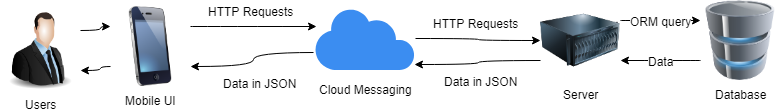
Earlier version of the draw.io export FYP Architecture.png (khwongbf/FYP-CodeBase). Source tidied: cells renumbered, new cells last; positions are measured from the earlier drawing's top-left corner, leaving out a move shared by most shapes. Source of this version:
```xml
<mxGraphModel>
  <root>
    <mxCell id="0" />
    <mxCell id="1" parent="0" />
    <mxCell id="2" style="edgeStyle=orthogonalEdgeStyle;curved=1;jettySize=auto;html=1;exitX=0;exitY=0.75;exitDx=0;exitDy=0;entryX=1;entryY=0.75;entryDx=0;entryDy=0;" parent="1" edge="1" source="4" target="9">
      <mxGeometry relative="1" as="geometry" />
    </mxCell>
    <mxCell id="3" value="Data" style="text;html=1;align=center;verticalAlign=middle;labelBackgroundColor=#ffffff;" parent="2" vertex="1">
      <mxGeometry x="-0.25" relative="1" as="geometry">
        <mxPoint x="-10" as="offset" />
      </mxGeometry>
    </mxCell>
    <mxCell id="4" value="Database" style="image;html=1;labelBackgroundColor=#ffffff;image=img/lib/clip_art/computers/Database_128x128.png;" parent="1" vertex="1">
      <mxGeometry x="700" width="80" height="80" as="geometry" />
    </mxCell>
    <mxCell id="5" style="edgeStyle=orthogonalEdgeStyle;curved=1;jettySize=auto;html=1;exitX=0;exitY=0.75;exitDx=0;exitDy=0;entryX=0.99;entryY=0.906;entryDx=0;entryDy=0;entryPerimeter=0;" parent="1" edge="1" source="9" target="17">
      <mxGeometry relative="1" as="geometry" />
    </mxCell>
    <mxCell id="6" value="Data in JSON" style="text;html=1;align=center;verticalAlign=middle;labelBackgroundColor=#ffffff;" parent="5" vertex="1">
      <mxGeometry x="0.28" y="1" relative="1" as="geometry">
        <mxPoint x="19" y="15" as="offset" />
      </mxGeometry>
    </mxCell>
    <mxCell id="7" style="edgeStyle=orthogonalEdgeStyle;curved=1;jettySize=auto;html=1;exitX=1;exitY=0.25;exitDx=0;exitDy=0;entryX=0;entryY=0.25;entryDx=0;entryDy=0;" parent="1" edge="1" source="9" target="4">
      <mxGeometry relative="1" as="geometry" />
    </mxCell>
    <mxCell id="8" value="ORM query" style="text;html=1;align=center;verticalAlign=middle;labelBackgroundColor=#ffffff;" parent="7" vertex="1">
      <mxGeometry x="-0.25" y="1" relative="1" as="geometry">
        <mxPoint x="10" y="1" as="offset" />
      </mxGeometry>
    </mxCell>
    <mxCell id="9" value="Server" style="image;html=1;labelBackgroundColor=#ffffff;image=img/lib/clip_art/computers/Server_128x128.png;" parent="1" vertex="1">
      <mxGeometry x="540" width="80" height="80" as="geometry" />
    </mxCell>
    <mxCell id="10" style="edgeStyle=orthogonalEdgeStyle;jettySize=auto;html=1;exitX=1;exitY=0.25;exitDx=0;exitDy=0;entryX=0;entryY=0.25;entryDx=0;entryDy=0;curved=1;" parent="1" edge="1" source="15" target="14">
      <mxGeometry relative="1" as="geometry">
        <Array as="points">
          <mxPoint x="100" y="30" />
          <mxPoint x="100" y="26" />
        </Array>
      </mxGeometry>
    </mxCell>
    <mxCell id="11" style="edgeStyle=orthogonalEdgeStyle;curved=1;jettySize=auto;html=1;exitX=0;exitY=0.75;exitDx=0;exitDy=0;entryX=1;entryY=0.75;entryDx=0;entryDy=0;" parent="1" edge="1" source="14" target="15">
      <mxGeometry relative="1" as="geometry">
        <Array as="points">
          <mxPoint x="100" y="66" />
          <mxPoint x="100" y="70" />
        </Array>
      </mxGeometry>
    </mxCell>
    <mxCell id="12" style="edgeStyle=orthogonalEdgeStyle;curved=1;jettySize=auto;html=1;exitX=1;exitY=0.25;exitDx=0;exitDy=0;entryX=0.01;entryY=0.313;entryDx=0;entryDy=0;entryPerimeter=0;" parent="1" edge="1" source="14" target="17">
      <mxGeometry relative="1" as="geometry" />
    </mxCell>
    <mxCell id="13" value="HTTP Requests" style="text;html=1;align=center;verticalAlign=middle;labelBackgroundColor=#ffffff;" parent="12" vertex="1">
      <mxGeometry x="-0.21" y="2" relative="1" as="geometry">
        <mxPoint x="10" y="-14" as="offset" />
      </mxGeometry>
    </mxCell>
    <mxCell id="14" value="Mobile UI" style="image;html=1;labelBackgroundColor=#ffffff;image=img/lib/clip_art/telecommunication/iPhone_128x128.png;" parent="1" vertex="1">
      <mxGeometry x="110" y="6" width="80" height="80" as="geometry" />
    </mxCell>
    <mxCell id="15" value="Users" style="image;html=1;labelBackgroundColor=#ffffff;image=img/lib/clip_art/people/Suit_Man_128x128.png;" parent="1" vertex="1">
      <mxGeometry y="10" width="80" height="80" as="geometry" />
    </mxCell>
    <mxCell id="16" style="group;" parent="1" vertex="1">
      <mxGeometry x="310" y="6" width="110" height="94" as="geometry" />
    </mxCell>
    <mxCell id="17" style="html=1;strokeColor=none;shadow=0;align=center;verticalAlign=top;fillColor=#3B8DF1;shape=mxgraph.gcp2.cloud_messaging;" parent="16" vertex="1">
      <mxGeometry x="5" width="100" height="64" as="geometry" />
    </mxCell>
    <mxCell id="18" value="&lt;div style=&quot;text-align: center&quot;&gt;&lt;span&gt;Cloud Messaging&lt;/span&gt;&lt;/div&gt;" style="text;html=1;align=center;verticalAlign=top;spacingTop=-4;" parent="16" vertex="1">
      <mxGeometry y="74" width="110" height="20" as="geometry" />
    </mxCell>
    <mxCell id="19" style="edgeStyle=orthogonalEdgeStyle;curved=1;jettySize=auto;html=1;entryX=0;entryY=0.5;entryDx=0;entryDy=0;" parent="1" edge="1" source="17" target="9">
      <mxGeometry relative="1" as="geometry" />
    </mxCell>
    <mxCell id="20" value="HTTP Requests" style="text;html=1;align=center;verticalAlign=middle;labelBackgroundColor=#ffffff;" parent="19" vertex="1">
      <mxGeometry x="-0.21" y="2" relative="1" as="geometry">
        <mxPoint x="10" y="-14" as="offset" />
      </mxGeometry>
    </mxCell>
    <mxCell id="21" style="edgeStyle=orthogonalEdgeStyle;curved=1;jettySize=auto;html=1;exitX=-0.02;exitY=0.719;exitDx=0;exitDy=0;entryX=1;entryY=0.75;entryDx=0;entryDy=0;exitPerimeter=0;" parent="1" edge="1" source="17" target="14">
      <mxGeometry relative="1" as="geometry" />
    </mxCell>
    <mxCell id="22" value="Data in JSON" style="text;html=1;align=center;verticalAlign=middle;labelBackgroundColor=#ffffff;" parent="21" vertex="1">
      <mxGeometry x="0.28" y="1" relative="1" as="geometry">
        <mxPoint x="19" y="15" as="offset" />
      </mxGeometry>
    </mxCell>
  </root>
</mxGraphModel>
```
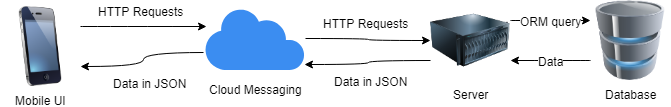
Later version of the same file.

Diff of the diagram source:
```diff
@@ -32,22 +32,6 @@
     <mxCell id="9" value="Server" style="image;html=1;labelBackgroundColor=#ffffff;image=img/lib/clip_art/computers/Server_128x128.png;" parent="1" vertex="1">
       <mxGeometry x="540" width="80" height="80" as="geometry" />
     </mxCell>
-    <mxCell id="10" style="edgeStyle=orthogonalEdgeStyle;jettySize=auto;html=1;exitX=1;exitY=0.25;exitDx=0;exitDy=0;entryX=0;entryY=0.25;entryDx=0;entryDy=0;curved=1;" parent="1" edge="1" source="15" target="14">
-      <mxGeometry relative="1" as="geometry">
-        <Array as="points">
-          <mxPoint x="100" y="30" />
-          <mxPoint x="100" y="26" />
-        </Array>
-      </mxGeometry>
-    </mxCell>
-    <mxCell id="11" style="edgeStyle=orthogonalEdgeStyle;curved=1;jettySize=auto;html=1;exitX=0;exitY=0.75;exitDx=0;exitDy=0;entryX=1;entryY=0.75;entryDx=0;entryDy=0;" parent="1" edge="1" source="14" target="15">
-      <mxGeometry relative="1" as="geometry">
-        <Array as="points">
-          <mxPoint x="100" y="66" />
-          <mxPoint x="100" y="70" />
-        </Array>
-      </mxGeometry>
-    </mxCell>
     <mxCell id="12" style="edgeStyle=orthogonalEdgeStyle;curved=1;jettySize=auto;html=1;exitX=1;exitY=0.25;exitDx=0;exitDy=0;entryX=0.01;entryY=0.313;entryDx=0;entryDy=0;entryPerimeter=0;" parent="1" edge="1" source="14" target="17">
       <mxGeometry relative="1" as="geometry" />
     </mxCell>
@@ -59,9 +43,6 @@
     <mxCell id="14" value="Mobile UI" style="image;html=1;labelBackgroundColor=#ffffff;image=img/lib/clip_art/telecommunication/iPhone_128x128.png;" parent="1" vertex="1">
       <mxGeometry x="110" y="6" width="80" height="80" as="geometry" />
     </mxCell>
-    <mxCell id="15" value="Users" style="image;html=1;labelBackgroundColor=#ffffff;image=img/lib/clip_art/people/Suit_Man_128x128.png;" parent="1" vertex="1">
-      <mxGeometry y="10" width="80" height="80" as="geometry" />
-    </mxCell>
     <mxCell id="16" style="group;" parent="1" vertex="1">
       <mxGeometry x="310" y="6" width="110" height="94" as="geometry" />
     </mxCell>
```
